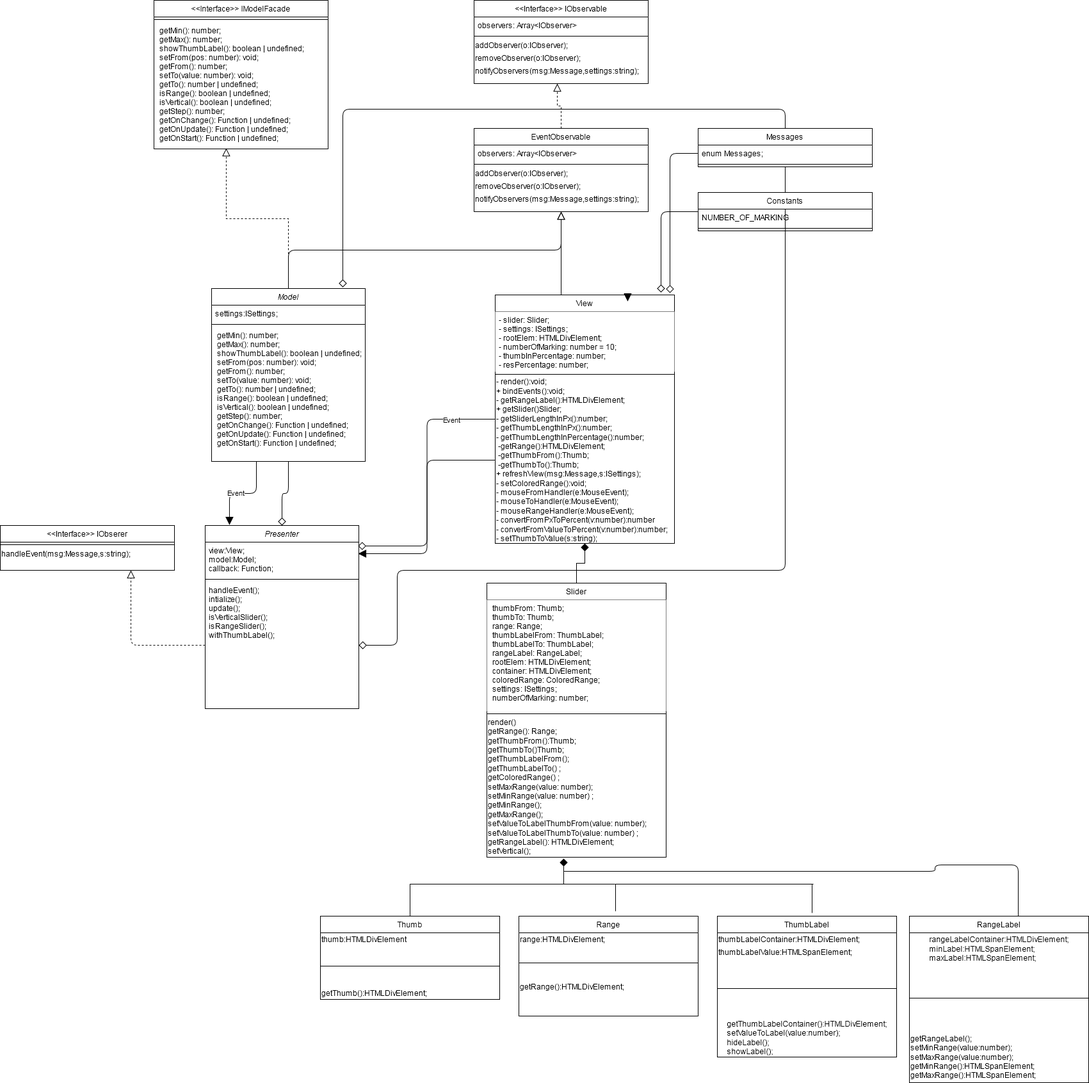
Earlier version of the draw.io export src/assets/FSDCourse4UMLDiagram.png (mvodev/slider). Source tidied: cells renumbered, new cells last; positions are measured from the earlier drawing's top-left corner, leaving out a move shared by most shapes.
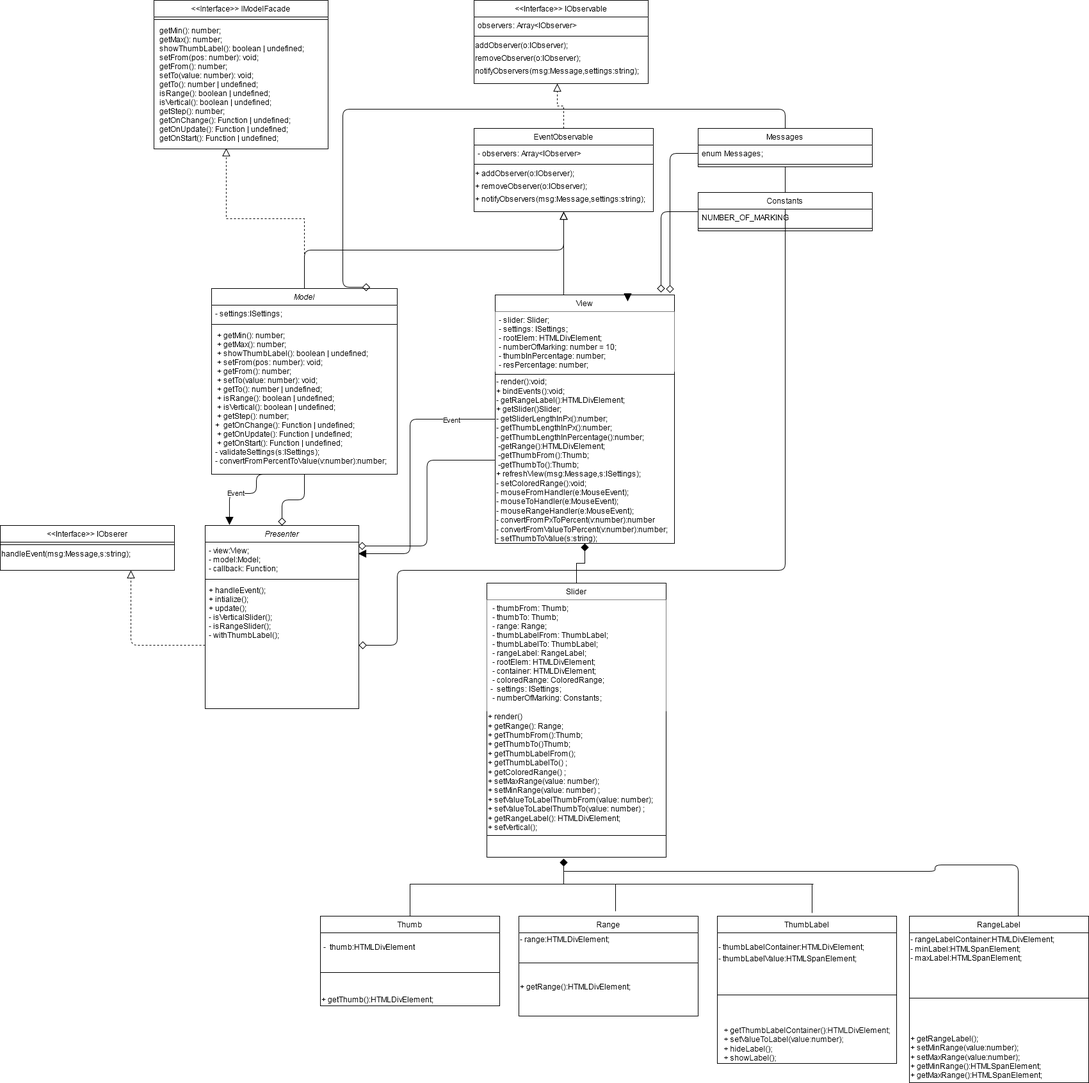
After the change.

Commit message:
added final versions  UML classes diagram into assets folder in xml and png

Diff of the diagram source:
```diff
@@ -10,7 +10,7 @@
     </mxCell>
     <mxCell id="4" style="edgeStyle=orthogonalEdgeStyle;rounded=1;jettySize=auto;html=1;entryX=0.158;entryY=-0.003;entryDx=0;entryDy=0;entryPerimeter=0;endArrow=block;endFill=1;endSize=10;strokeWidth=1;" parent="1" edge="1" target="34">
       <mxGeometry relative="1" as="geometry">
-        <mxPoint x="400" y="720" as="sourcePoint" />
+        <mxPoint x="420" y="740" as="sourcePoint" />
         <Array as="points">
           <mxPoint x="400" y="770" />
           <mxPoint x="358" y="770" />
@@ -21,19 +21,24 @@
       <mxGeometry x="0.18" y="-2" relative="1" as="geometry" />
     </mxCell>
     <mxCell id="6" value="Model" style="swimlane;fontStyle=2;align=center;verticalAlign=top;horizontal=1;startSize=26;rounded=0;shadow=0;strokeWidth=1;" parent="1" vertex="1">
-      <mxGeometry x="330" y="450" width="240" height="270" as="geometry" />
+      <mxGeometry x="330" y="450" width="290" height="290" as="geometry" />
     </mxCell>
-    <mxCell id="7" value="settings:ISettings;" style="text;align=left;verticalAlign=top;spacingLeft=4;spacingRight=4;overflow=hidden;" parent="6" vertex="1">
-      <mxGeometry y="26" width="240" height="26" as="geometry" />
+    <mxCell id="7" value="- settings:ISettings;" style="text;align=left;verticalAlign=top;spacingLeft=4;spacingRight=4;overflow=hidden;" parent="6" vertex="1">
+      <mxGeometry y="26" width="290" height="26" as="geometry" />
     </mxCell>
     <mxCell id="8" style="line;html=1;strokeWidth=1;align=left;verticalAlign=middle;spacingTop=-1;spacingLeft=3;spacingRight=3;labelPosition=right;" parent="6" vertex="1">
-      <mxGeometry y="52" width="240" height="8" as="geometry" />
+      <mxGeometry y="52" width="290" height="8" as="geometry" />
     </mxCell>
-    <mxCell id="9" value=" getMin(): number;&#10; getMax(): number;&#10; showThumbLabel(): boolean | undefined;&#10; setFrom(pos: number): void;&#10; getFrom(): number;&#10; setTo(value: number): void;&#10; getTo(): number | undefined;&#10; isRange(): boolean | undefined;&#10; isVertical(): boolean | undefined;&#10; getStep(): number;&#10; getOnChange(): Function | undefined;&#10; getOnUpdate(): Function | undefined;&#10; getOnStart(): Function | undefined;" style="text;align=left;verticalAlign=top;spacingLeft=4;spacingRight=4;overflow=hidden;" parent="6" vertex="1">
-      <mxGeometry y="60" width="240" height="198" as="geometry" />
+    <mxCell id="9" value=" + getMin(): number;&#10; + getMax(): number;&#10; + showThumbLabel(): boolean | undefined;&#10; + setFrom(pos: number): void;&#10; + getFrom(): number;&#10; + setTo(value: number): void;&#10; + getTo(): number | undefined;&#10; + isRange(): boolean | undefined;&#10; + isVertical(): boolean | undefined;&#10; + getStep(): number;&#10;+  getOnChange(): Function | undefined;&#10; + getOnUpdate(): Function | undefined;&#10; + getOnStart(): Function | undefined;&#10;- validateSettings(s:ISettings);&#10;- convertFromPercentToValue(v:number):number;&#10;" style="text;align=left;verticalAlign=top;spacingLeft=4;spacingRight=4;overflow=hidden;" parent="6" vertex="1">
+      <mxGeometry y="60" width="290" height="220" as="geometry" />
     </mxCell>
     <mxCell id="10" style="edgeStyle=orthogonalEdgeStyle;rounded=1;jettySize=auto;html=1;entryX=0.996;entryY=0.333;entryDx=0;entryDy=0;entryPerimeter=0;endArrow=block;endFill=1;endSize=10;strokeWidth=1;" parent="1" edge="1" source="12" target="35">
-      <mxGeometry relative="1" as="geometry" />
+      <mxGeometry relative="1" as="geometry">
+        <Array as="points">
+          <mxPoint x="640" y="654" />
+          <mxPoint x="640" y="864" />
+        </Array>
+      </mxGeometry>
     </mxCell>
     <mxCell id="11" value="Event" style="edgeLabel;html=1;align=center;verticalAlign=middle;" parent="10" vertex="1">
       <mxGeometry x="-0.67" relative="1" as="geometry" />
@@ -64,22 +69,22 @@
       </mxGeometry>
     </mxCell>
     <mxCell id="18" value="EventObservable" style="swimlane;fontStyle=0;align=center;verticalAlign=top;horizontal=1;startSize=26;rounded=0;shadow=0;strokeWidth=1;" parent="1" vertex="1">
-      <mxGeometry x="740" y="200" width="272" height="130" as="geometry" />
+      <mxGeometry x="740" y="200" width="280" height="130" as="geometry" />
     </mxCell>
-    <mxCell id="19" value="observers: Array&lt;IObserver&gt;" style="text;align=left;verticalAlign=top;spacingLeft=4;spacingRight=4;overflow=hidden;" parent="18" vertex="1">
-      <mxGeometry y="26" width="272" height="26" as="geometry" />
+    <mxCell id="19" value="- observers: Array&lt;IObserver&gt;" style="text;align=left;verticalAlign=top;spacingLeft=4;spacingRight=4;overflow=hidden;" parent="18" vertex="1">
+      <mxGeometry y="26" width="280" height="26" as="geometry" />
     </mxCell>
     <mxCell id="20" style="line;html=1;strokeWidth=1;align=left;verticalAlign=middle;spacingTop=-1;spacingLeft=3;spacingRight=3;labelPosition=right;" parent="18" vertex="1">
-      <mxGeometry y="52" width="272" height="8" as="geometry" />
+      <mxGeometry y="52" width="280" height="8" as="geometry" />
     </mxCell>
-    <mxCell id="21" value="&lt;div align=&quot;left&quot;&gt;addObserver(o:IObserver);&lt;/div&gt;" style="text;html=1;align=left;verticalAlign=middle;" parent="18" vertex="1">
-      <mxGeometry y="60" width="272" height="20" as="geometry" />
+    <mxCell id="21" value="&lt;div align=&quot;left&quot;&gt;+ addObserver(o:IObserver);&lt;/div&gt;" style="text;html=1;align=left;verticalAlign=middle;" parent="18" vertex="1">
+      <mxGeometry y="60" width="280" height="20" as="geometry" />
     </mxCell>
-    <mxCell id="22" value="&lt;div align=&quot;left&quot;&gt;removeObserver(o:IObserver);&lt;/div&gt;" style="text;html=1;align=left;verticalAlign=middle;" parent="18" vertex="1">
-      <mxGeometry y="80" width="272" height="20" as="geometry" />
+    <mxCell id="22" value="&lt;div align=&quot;left&quot;&gt;+ removeObserver(o:IObserver);&lt;/div&gt;" style="text;html=1;align=left;verticalAlign=middle;" parent="18" vertex="1">
+      <mxGeometry y="80" width="280" height="20" as="geometry" />
     </mxCell>
-    <mxCell id="23" value="&lt;div align=&quot;left&quot;&gt;notifyObservers(msg:Message,settings:string);&lt;/div&gt;" style="text;html=1;align=left;verticalAlign=middle;" parent="18" vertex="1">
-      <mxGeometry y="100" width="272" height="20" as="geometry" />
+    <mxCell id="23" value="&lt;div align=&quot;left&quot;&gt;+ notifyObservers(msg:Message,settings:string);&lt;/div&gt;" style="text;html=1;align=left;verticalAlign=middle;" parent="18" vertex="1">
+      <mxGeometry y="100" width="280" height="20" as="geometry" />
     </mxCell>
     <mxCell id="24" style="endArrow=block;shadow=0;strokeWidth=1;rounded=1;endFill=0;edgeStyle=elbowEdgeStyle;elbow=vertical;endSize=10;" parent="1" edge="1" source="6" target="18">
       <mxGeometry x="0.5" y="41" relative="1" as="geometry">
@@ -116,13 +121,13 @@
     <mxCell id="34" value="Presenter" style="swimlane;fontStyle=2;align=center;verticalAlign=top;horizontal=1;startSize=26;rounded=0;shadow=0;strokeWidth=1;" parent="1" vertex="1">
       <mxGeometry x="320" y="820" width="240" height="286" as="geometry" />
     </mxCell>
-    <mxCell id="35" value="view:View;&#10;model:Model;&#10;callback: Function;&#10;" style="text;align=left;verticalAlign=top;spacingLeft=4;spacingRight=4;overflow=hidden;points=[[0,0.5],[1,0.5]];portConstraint=eastwest;" parent="34" vertex="1">
+    <mxCell id="35" value="- view:View;&#10;- model:Model;&#10;- callback: Function;&#10;" style="text;align=left;verticalAlign=top;spacingLeft=4;spacingRight=4;overflow=hidden;points=[[0,0.5],[1,0.5]];portConstraint=eastwest;" parent="34" vertex="1">
       <mxGeometry y="26" width="240" height="54" as="geometry" />
     </mxCell>
     <mxCell id="36" style="line;html=1;strokeWidth=1;align=left;verticalAlign=middle;spacingTop=-1;spacingLeft=3;spacingRight=3;labelPosition=right;" parent="34" vertex="1">
       <mxGeometry y="80" width="240" height="8" as="geometry" />
     </mxCell>
-    <mxCell id="37" value="handleEvent();&#10;intialize();&#10;update();&#10;isVerticalSlider();&#10;isRangeSlider();&#10;withThumbLabel();" style="text;align=left;verticalAlign=top;spacingLeft=4;spacingRight=4;overflow=hidden;points=[[0,0.5],[1,0.5]];portConstraint=eastwest;" parent="34" vertex="1">
+    <mxCell id="37" value="+ handleEvent();&#10;+ intialize();&#10;+ update();&#10;- isVerticalSlider();&#10;- isRangeSlider();&#10;- withThumbLabel();" style="text;align=left;verticalAlign=top;spacingLeft=4;spacingRight=4;overflow=hidden;points=[[0,0.5],[1,0.5]];portConstraint=eastwest;" parent="34" vertex="1">
       <mxGeometry y="88" width="240" height="198" as="geometry" />
     </mxCell>
     <mxCell id="38" style="edgeStyle=orthogonalEdgeStyle;rounded=0;jettySize=auto;html=1;exitX=0.5;exitY=0;exitDx=0;exitDy=0;entryX=0.5;entryY=1;entryDx=0;entryDy=0;endArrow=diamond;endFill=1;endSize=10;strokeWidth=1;" parent="1" edge="1" source="39" target="12">
@@ -131,15 +136,15 @@
     <mxCell id="39" value="Slider&#10;" style="swimlane;fontStyle=0;align=center;verticalAlign=top;horizontal=1;startSize=26;rounded=0;shadow=0;strokeWidth=1;" parent="1" vertex="1">
       <mxGeometry x="760" y="910" width="280" height="428" as="geometry" />
     </mxCell>
-    <mxCell id="40" value=" thumbFrom: Thumb;&#10; thumbTo: Thumb;&#10; range: Range;&#10; thumbLabelFrom: ThumbLabel;&#10; thumbLabelTo: ThumbLabel;&#10; rangeLabel: RangeLabel;&#10; rootElem: HTMLDivElement;&#10; container: HTMLDivElement;&#10; coloredRange: ColoredRange;&#10; settings: ISettings;&#10; numberOfMarking: number;" style="text;align=left;verticalAlign=top;spacingLeft=4;spacingRight=4;overflow=hidden;fillColor=#ffffff;" parent="39" vertex="1">
+    <mxCell id="40" value=" - thumbFrom: Thumb;&#10; - thumbTo: Thumb;&#10; - range: Range;&#10; - thumbLabelFrom: ThumbLabel;&#10; - thumbLabelTo: ThumbLabel;&#10; - rangeLabel: RangeLabel;&#10; - rootElem: HTMLDivElement;&#10; - container: HTMLDivElement;&#10; - coloredRange: ColoredRange;&#10;-  settings: ISettings;&#10; - numberOfMarking: Constants;" style="text;align=left;verticalAlign=top;spacingLeft=4;spacingRight=4;overflow=hidden;fillColor=#ffffff;" parent="39" vertex="1">
       <mxGeometry y="26" width="280" height="174" as="geometry" />
     </mxCell>
+    <mxCell id="42" value="&lt;div align=&quot;left&quot;&gt;+ render()&lt;br&gt;+ getRange(): Range;&lt;br&gt;+ getThumbFrom():Thumb;&lt;br&gt;+ getThumbTo()Thumb;&lt;br&gt;+ getThumbLabelFrom();&lt;br&gt;+ getThumbLabelTo() ;&lt;br&gt;+ getColoredRange() ;&lt;br&gt;+ setMaxRange(value: number);&lt;br&gt;+ setMinRange(value: number) ;&lt;br&gt;+ setValueToLabelThumbFrom(value: number);&lt;br&gt;+ setValueToLabelThumbTo(value: number) ;&lt;br&gt;+ getRangeLabel(): HTMLDivElement;&lt;br&gt;+ setVertical();&lt;/div&gt;" style="text;html=1;align=left;verticalAlign=middle;" parent="39" vertex="1">
+      <mxGeometry y="200" width="280" height="190" as="geometry" />
+    </mxCell>
     <mxCell id="41" style="line;html=1;strokeWidth=1;align=left;verticalAlign=middle;spacingTop=-1;spacingLeft=3;spacingRight=3;labelPosition=right;" parent="39" vertex="1">
-      <mxGeometry y="200" width="280" height="8" as="geometry" />
+      <mxGeometry y="390" width="280" height="8" as="geometry" />
     </mxCell>
-    <mxCell id="42" value="&lt;div align=&quot;left&quot;&gt;render()&lt;br&gt;getRange(): Range;&lt;br&gt;getThumbFrom():Thumb;&lt;br&gt;getThumbTo()Thumb;&lt;br&gt;getThumbLabelFrom();&lt;br&gt;getThumbLabelTo() ;&lt;br&gt;getColoredRange() ;&lt;br&gt;setMaxRange(value: number);&lt;br&gt;setMinRange(value: number) ;&lt;br&gt;getMinRange();&lt;br&gt;getMaxRange();&lt;br&gt;setValueToLabelThumbFrom(value: number);&lt;br&gt;setValueToLabelThumbTo(value: number) ;&lt;br&gt;getRangeLabel(): HTMLDivElement;&lt;br&gt;setVertical();&lt;/div&gt;" style="text;html=1;align=left;verticalAlign=middle;" parent="39" vertex="1">
-      <mxGeometry y="208" width="280" height="220" as="geometry" />
-    </mxCell>
     <mxCell id="43" style="edgeStyle=orthogonalEdgeStyle;rounded=0;jettySize=auto;html=1;exitX=0.5;exitY=0;exitDx=0;exitDy=0;endArrow=diamond;endFill=1;endSize=10;strokeWidth=1;" parent="1" edge="1" source="44">
       <mxGeometry relative="1" as="geometry">
         <mxPoint x="880" y="1340" as="targetPoint" />
@@ -150,43 +155,43 @@
       </mxGeometry>
     </mxCell>
     <mxCell id="44" value="Thumb" style="swimlane;fontStyle=0;align=center;verticalAlign=top;horizontal=1;startSize=26;rounded=0;shadow=0;strokeWidth=1;" parent="1" vertex="1">
-      <mxGeometry x="500" y="1430" width="280" height="130" as="geometry" />
+      <mxGeometry x="500" y="1430" width="280" height="140" as="geometry" />
     </mxCell>
-    <mxCell id="45" value="&lt;div align=&quot;left&quot;&gt;thumb:HTMLDivElement&lt;/div&gt;" style="text;html=1;align=left;verticalAlign=middle;" parent="44" vertex="1">
-      <mxGeometry y="26" width="280" height="20" as="geometry" />
+    <mxCell id="45" value="&lt;br&gt;&lt;div align=&quot;left&quot;&gt;&amp;nbsp;-&amp;nbsp; thumb:HTMLDivElement&lt;/div&gt;" style="text;html=1;align=left;verticalAlign=middle;" parent="44" vertex="1">
+      <mxGeometry y="26" width="280" height="30" as="geometry" />
     </mxCell>
     <mxCell id="46" style="line;html=1;strokeWidth=1;align=left;verticalAlign=middle;spacingTop=-1;spacingLeft=3;spacingRight=3;labelPosition=right;" parent="44" vertex="1">
-      <mxGeometry y="46" width="280" height="64" as="geometry" />
+      <mxGeometry y="56" width="280" height="64" as="geometry" />
     </mxCell>
-    <mxCell id="47" value="getThumb():HTMLDivElement;" style="text;html=1;align=left;verticalAlign=middle;" parent="44" vertex="1">
-      <mxGeometry y="110" width="280" height="20" as="geometry" />
+    <mxCell id="47" value="+ getThumb():HTMLDivElement;" style="text;html=1;align=left;verticalAlign=middle;" parent="44" vertex="1">
+      <mxGeometry y="120" width="280" height="20" as="geometry" />
     </mxCell>
     <mxCell id="48" value="Range" style="swimlane;fontStyle=0;align=center;verticalAlign=top;horizontal=1;startSize=26;rounded=0;shadow=0;strokeWidth=1;" parent="1" vertex="1">
       <mxGeometry x="810" y="1430" width="280" height="156" as="geometry" />
     </mxCell>
-    <mxCell id="49" value="&lt;div align=&quot;left&quot;&gt;range:HTMLDivElement;&lt;/div&gt;" style="text;html=1;align=left;verticalAlign=middle;" parent="48" vertex="1">
+    <mxCell id="49" value="&lt;div align=&quot;left&quot;&gt;- range:HTMLDivElement;&lt;/div&gt;" style="text;html=1;align=left;verticalAlign=middle;" parent="48" vertex="1">
       <mxGeometry y="26" width="280" height="20" as="geometry" />
     </mxCell>
     <mxCell id="50" style="line;html=1;strokeWidth=1;align=left;verticalAlign=middle;spacingTop=-1;spacingLeft=3;spacingRight=3;labelPosition=right;" parent="48" vertex="1">
       <mxGeometry y="46" width="280" height="54" as="geometry" />
     </mxCell>
-    <mxCell id="51" value="&lt;div align=&quot;left&quot;&gt;getRange():HTMLDivElement;&lt;/div&gt;" style="text;html=1;align=left;verticalAlign=middle;" parent="48" vertex="1">
+    <mxCell id="51" value="&lt;div align=&quot;left&quot;&gt;+ getRange():HTMLDivElement;&lt;/div&gt;" style="text;html=1;align=left;verticalAlign=middle;" parent="48" vertex="1">
       <mxGeometry y="100" width="280" height="20" as="geometry" />
     </mxCell>
     <mxCell id="52" value="ThumbLabel" style="swimlane;fontStyle=0;align=center;verticalAlign=top;horizontal=1;startSize=26;rounded=0;shadow=0;strokeWidth=1;" parent="1" vertex="1">
-      <mxGeometry x="1120" y="1430" width="280" height="220" as="geometry" />
+      <mxGeometry x="1120" y="1430" width="280" height="230" as="geometry" />
     </mxCell>
-    <mxCell id="53" value="&lt;div align=&quot;left&quot;&gt;thumbLabelContainer:HTMLDivElement;&lt;/div&gt;" style="text;html=1;align=left;verticalAlign=middle;" parent="52" vertex="1">
-      <mxGeometry y="26" width="280" height="20" as="geometry" />
+    <mxCell id="53" value="&lt;br&gt;&lt;div align=&quot;left&quot;&gt;- thumbLabelContainer:HTMLDivElement;&lt;/div&gt;" style="text;html=1;align=left;verticalAlign=middle;" parent="52" vertex="1">
+      <mxGeometry y="26" width="280" height="30" as="geometry" />
     </mxCell>
-    <mxCell id="54" value="&lt;div align=&quot;left&quot;&gt;thumbLabelValue:HTMLSpanElement;&lt;/div&gt;" style="text;html=1;align=left;verticalAlign=middle;" parent="52" vertex="1">
-      <mxGeometry y="46" width="280" height="20" as="geometry" />
+    <mxCell id="54" value="&lt;div align=&quot;left&quot;&gt;- thumbLabelValue:HTMLSpanElement;&lt;/div&gt;" style="text;html=1;align=left;verticalAlign=middle;" parent="52" vertex="1">
+      <mxGeometry y="56" width="280" height="20" as="geometry" />
     </mxCell>
     <mxCell id="55" style="line;html=1;strokeWidth=1;align=left;verticalAlign=middle;spacingTop=-1;spacingLeft=3;spacingRight=3;labelPosition=right;" parent="52" vertex="1">
-      <mxGeometry y="66" width="280" height="94" as="geometry" />
+      <mxGeometry y="76" width="280" height="94" as="geometry" />
     </mxCell>
-    <mxCell id="56" value="&lt;div&gt;getThumbLabelContainer():HTMLDivElement;&lt;/div&gt;&lt;div align=&quot;left&quot;&gt;setValueToLabel(value:number);&lt;/div&gt;&lt;div align=&quot;left&quot;&gt;hideLabel();&lt;/div&gt;&lt;div align=&quot;left&quot;&gt;showLabel();&lt;br&gt;&lt;/div&gt;" style="text;html=1;align=center;verticalAlign=middle;" parent="52" vertex="1">
-      <mxGeometry y="160" width="280" height="60" as="geometry" />
+    <mxCell id="56" value="&lt;div&gt;+ getThumbLabelContainer():HTMLDivElement;&lt;/div&gt;&lt;div align=&quot;left&quot;&gt;+ setValueToLabel(value:number);&lt;/div&gt;&lt;div align=&quot;left&quot;&gt;+ hideLabel();&lt;/div&gt;&lt;div align=&quot;left&quot;&gt;+ showLabel();&lt;br&gt;&lt;/div&gt;" style="text;html=1;align=center;verticalAlign=middle;" parent="52" vertex="1">
+      <mxGeometry y="170" width="280" height="60" as="geometry" />
     </mxCell>
     <mxCell id="57" style="edgeStyle=orthogonalEdgeStyle;rounded=1;jettySize=auto;html=1;endArrow=none;endFill=0;endSize=10;strokeWidth=1;" parent="1" edge="1" source="58">
       <mxGeometry relative="1" as="geometry">
@@ -200,13 +205,13 @@
     <mxCell id="58" value="RangeLabel" style="swimlane;fontStyle=0;align=center;verticalAlign=top;horizontal=1;startSize=26;rounded=0;shadow=0;strokeWidth=1;" parent="1" vertex="1">
       <mxGeometry x="1420" y="1430" width="280" height="260" as="geometry" />
     </mxCell>
-    <mxCell id="59" value="&lt;div&gt;rangeLabelContainer:HTMLDivElement;&lt;/div&gt;&lt;div align=&quot;left&quot;&gt;minLabel:HTMLSpanElement;&lt;/div&gt;&lt;div align=&quot;left&quot;&gt;maxLabel:HTMLSpanElement;&lt;br&gt;&lt;/div&gt;" style="text;html=1;align=center;verticalAlign=middle;" parent="58" vertex="1">
+    <mxCell id="59" value="&lt;div&gt;- rangeLabelContainer:HTMLDivElement;&lt;/div&gt;&lt;div&gt;- minLabel:HTMLSpanElement;&lt;/div&gt;&lt;div&gt;- maxLabel:HTMLSpanElement;&lt;br&gt;&lt;/div&gt;" style="text;html=1;align=left;verticalAlign=middle;" parent="58" vertex="1">
       <mxGeometry y="26" width="280" height="50" as="geometry" />
     </mxCell>
     <mxCell id="60" style="line;html=1;strokeWidth=1;align=left;verticalAlign=middle;spacingTop=-1;spacingLeft=3;spacingRight=3;labelPosition=right;" parent="58" vertex="1">
       <mxGeometry y="76" width="280" height="104" as="geometry" />
     </mxCell>
-    <mxCell id="61" value="&lt;div align=&quot;left&quot;&gt;getRangeLabel();&lt;/div&gt;&lt;div align=&quot;left&quot;&gt;setMinRange(value:number);&lt;/div&gt;&lt;div align=&quot;left&quot;&gt;setMaxRange(value:number);&lt;/div&gt;&lt;div align=&quot;left&quot;&gt;getMinRange():HTMLSpanElement;&lt;/div&gt;&lt;div align=&quot;left&quot;&gt;getMaxRange():HTMLSpanElement;&lt;/div&gt;" style="text;html=1;align=left;verticalAlign=middle;" parent="58" vertex="1">
+    <mxCell id="61" value="&lt;div align=&quot;left&quot;&gt;+ getRangeLabel();&lt;/div&gt;&lt;div align=&quot;left&quot;&gt;+ setMinRange(value:number);&lt;/div&gt;&lt;div align=&quot;left&quot;&gt;+ setMaxRange(value:number);&lt;/div&gt;&lt;div align=&quot;left&quot;&gt;+ getMinRange():HTMLSpanElement;&lt;/div&gt;&lt;div align=&quot;left&quot;&gt;+ getMaxRange():HTMLSpanElement;&lt;/div&gt;" style="text;html=1;align=left;verticalAlign=middle;" parent="58" vertex="1">
       <mxGeometry y="180" width="280" height="80" as="geometry" />
     </mxCell>
     <mxCell id="62" style="endArrow=none;html=1;strokeWidth=1;rounded=1;" parent="1" edge="1">
```
